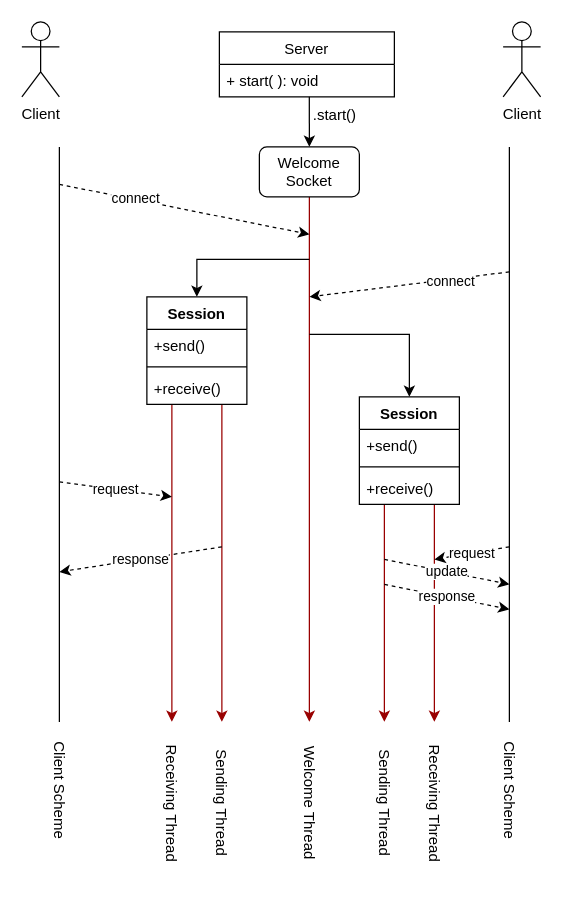
madMosel/ServerTemplate keeps this draw.io diagram as documentation/CommunicationArchitecture.drawio. Above is the earlier version. Source tidied: cells renumbered, new cells numbered last; positions are measured from the earlier drawing's top-left corner, leaving out a move shared by most shapes. Both pictures are drawn from the tidied source at 125%, with x=0, y=0 at pixel (-16, 21).
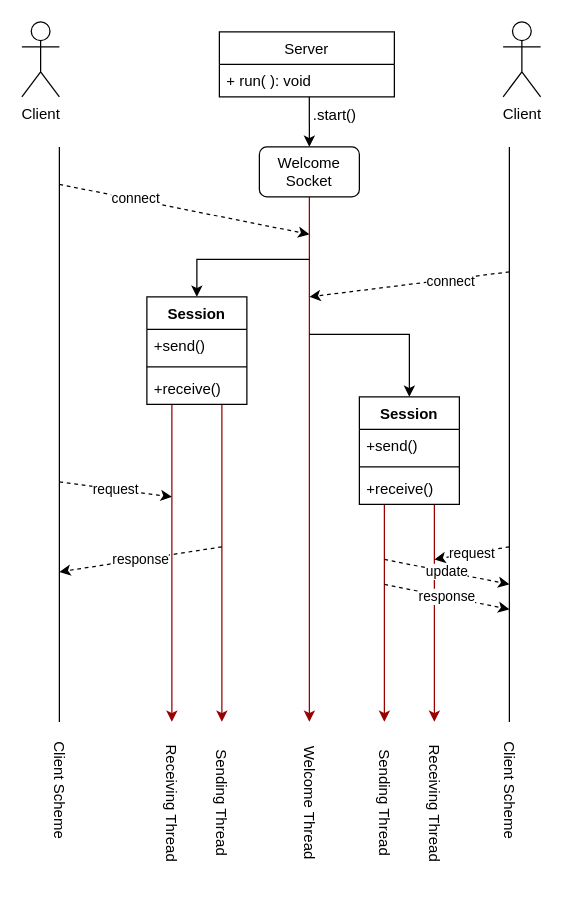
After the change.

Unchanged cells that the change refers to:
```xml
<mxCell id="10" value="Server" style="swimlane;fontStyle=0;horizontal=1;startSize=26;fillColor=none;" parent="1" vertex="1">
  <mxGeometry x="188" y="8" width="140" height="52" as="geometry" />
</mxCell>
```

What changed in the source:
```diff
@@
-    <mxCell id="11" value="+ start( ): void" style="text;strokeColor=none;fillColor=none;align=left;verticalAlign=top;spacingLeft=4;spacingRight=4;overflow=hidden;points=[[0,0.5],[1,0.5]];portConstraint=eastwest;" parent="10" vertex="1">
+    <mxCell id="11" value="+ run( ): void" style="text;strokeColor=none;fillColor=none;align=left;verticalAlign=top;spacingLeft=4;spacingRight=4;overflow=hidden;points=[[0,0.5],[1,0.5]];portConstraint=eastwest;" parent="10" vertex="1">
       <mxGeometry y="26" width="140" height="26" as="geometry" />
     </mxCell>
```
